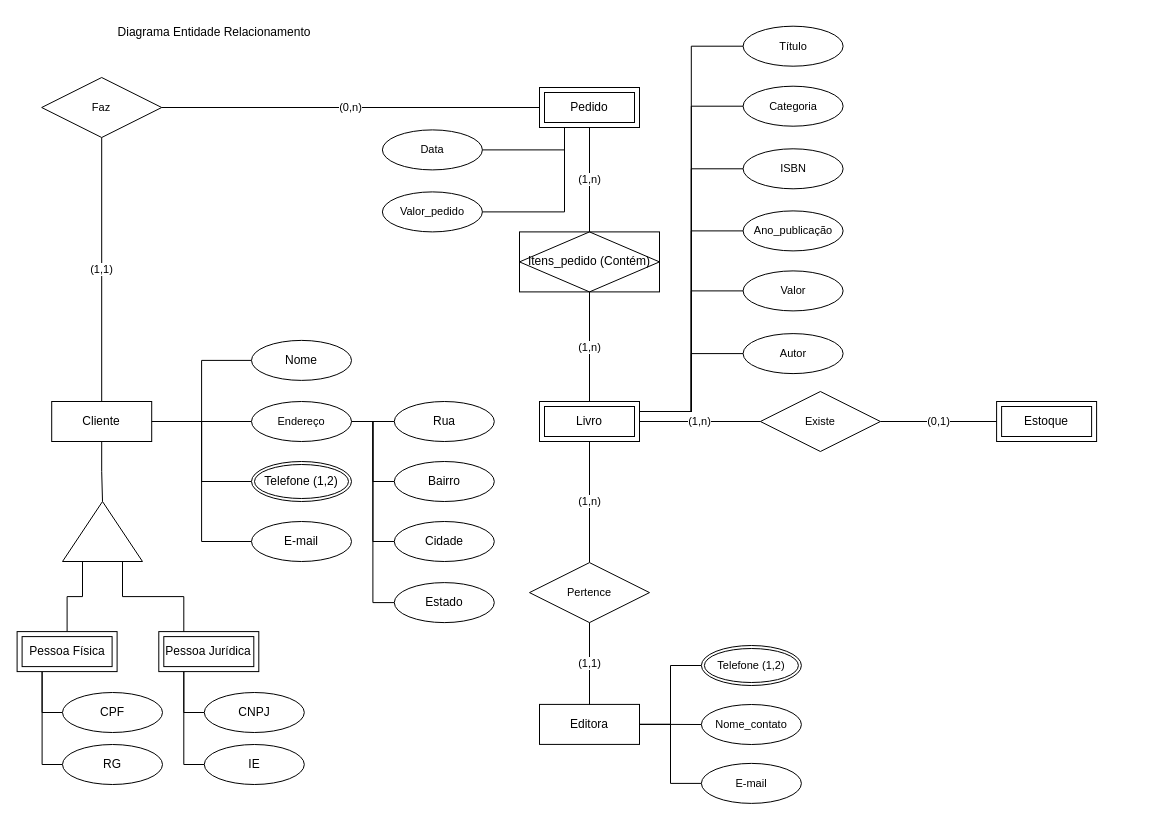
This is page "Page-1" (1 of 2) of Ativos de produção.drawio from danielpiupiu/Projetos, a draw.io file, before an edit. Source tidied: cells renumbered, new cells numbered last; positions are measured from the earlier drawing's top-left corner, leaving out a move shared by most shapes. Both pictures are drawn from the tidied source at 100%, with x=0, y=0 at pixel (17, 17).
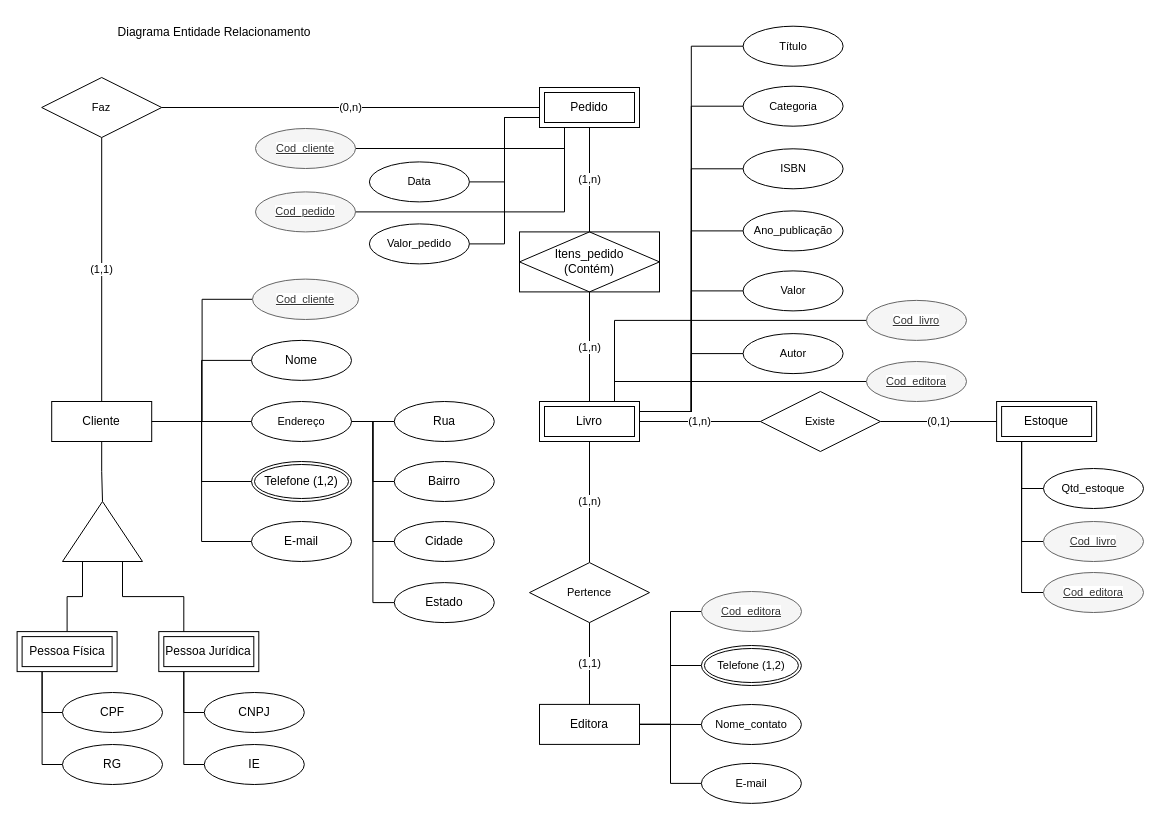
The same diagram, later.

Unchanged cells that the change refers to:
```xml
<mxCell id="9" value="Cliente" style="whiteSpace=wrap;html=1;align=center;" parent="1" vertex="1">
  <mxGeometry x="34.2" y="384" width="100" height="40" as="geometry" />
</mxCell>
<mxCell id="13" value="Editora" style="whiteSpace=wrap;html=1;align=center;" parent="1" vertex="1">
  <mxGeometry x="522" y="686.9" width="100" height="40" as="geometry" />
</mxCell>
<mxCell id="20" value="Livro" style="shape=ext;margin=3;double=1;whiteSpace=wrap;html=1;align=center;" parent="1" vertex="1">
  <mxGeometry x="522" y="384" width="100" height="40" as="geometry" />
</mxCell>
<mxCell id="24" value="Pedido" style="shape=ext;margin=3;double=1;whiteSpace=wrap;html=1;align=center;" parent="1" vertex="1">
  <mxGeometry x="522" y="70" width="100" height="40" as="geometry" />
</mxCell>
<mxCell id="25" value="Estoque" style="shape=ext;margin=3;double=1;whiteSpace=wrap;html=1;align=center;" parent="1" vertex="1">
  <mxGeometry x="979.1" y="384" width="100" height="40" as="geometry" />
</mxCell>
```

Change to the diagram source:
```diff
@@
+    <mxCell id="72" style="edgeStyle=orthogonalEdgeStyle;rounded=0;jettySize=auto;html=1;exitX=1;exitY=0.5;exitDx=0;exitDy=0;entryX=0;entryY=0.5;entryDx=0;entryDy=0;strokeColor=default;align=center;verticalAlign=middle;fontFamily=Helvetica;fontSize=11;fontColor=default;labelBackgroundColor=default;endArrow=none;endFill=0;" parent="1" edge="1" source="9" target="82">
+      <mxGeometry relative="1" as="geometry" />
+    </mxCell>
@@
+    <mxCell id="73" style="edgeStyle=orthogonalEdgeStyle;rounded=0;jettySize=auto;html=1;exitX=1;exitY=0.5;exitDx=0;exitDy=0;entryX=0;entryY=0.5;entryDx=0;entryDy=0;strokeColor=default;align=center;verticalAlign=middle;fontFamily=Helvetica;fontSize=11;fontColor=default;labelBackgroundColor=default;endArrow=none;endFill=0;" parent="1" edge="1" source="13" target="84">
+      <mxGeometry relative="1" as="geometry" />
+    </mxCell>
@@
+    <mxCell id="74" style="edgeStyle=orthogonalEdgeStyle;rounded=0;jettySize=auto;html=1;exitX=0.75;exitY=0;exitDx=0;exitDy=0;entryX=0;entryY=0.5;entryDx=0;entryDy=0;strokeColor=default;align=center;verticalAlign=middle;fontFamily=Helvetica;fontSize=11;fontColor=default;labelBackgroundColor=default;endArrow=none;endFill=0;" parent="1" edge="1" source="20" target="85">
+      <mxGeometry relative="1" as="geometry" />
+    </mxCell>
+    <mxCell id="75" style="edgeStyle=orthogonalEdgeStyle;rounded=0;jettySize=auto;html=1;exitX=0.75;exitY=0;exitDx=0;exitDy=0;entryX=0;entryY=0.5;entryDx=0;entryDy=0;strokeColor=default;align=center;verticalAlign=middle;fontFamily=Helvetica;fontSize=11;fontColor=default;labelBackgroundColor=default;endArrow=none;endFill=0;" parent="1" edge="1" source="20" target="88">
+      <mxGeometry relative="1" as="geometry" />
+    </mxCell>
@@
-    <mxCell id="22" style="edgeStyle=orthogonalEdgeStyle;rounded=0;jettySize=auto;html=1;exitX=0.25;exitY=1;exitDx=0;exitDy=0;entryX=1;entryY=0.5;entryDx=0;entryDy=0;strokeColor=default;align=center;verticalAlign=middle;fontFamily=Helvetica;fontSize=11;fontColor=default;labelBackgroundColor=default;endArrow=none;endFill=0;" parent="1" edge="1" source="24" target="61">
+    <mxCell id="22" style="edgeStyle=orthogonalEdgeStyle;rounded=0;jettySize=auto;html=1;exitX=0;exitY=0.75;exitDx=0;exitDy=0;entryX=1;entryY=0.5;entryDx=0;entryDy=0;strokeColor=default;align=center;verticalAlign=middle;fontFamily=Helvetica;fontSize=11;fontColor=default;labelBackgroundColor=default;endArrow=none;endFill=0;" parent="1" edge="1" source="24" target="61">
       <mxGeometry relative="1" as="geometry" />
     </mxCell>
-    <mxCell id="23" style="edgeStyle=orthogonalEdgeStyle;rounded=0;jettySize=auto;html=1;exitX=0.25;exitY=1;exitDx=0;exitDy=0;entryX=1;entryY=0.5;entryDx=0;entryDy=0;strokeColor=default;align=center;verticalAlign=middle;fontFamily=Helvetica;fontSize=11;fontColor=default;labelBackgroundColor=default;endArrow=none;endFill=0;" parent="1" edge="1" source="24" target="62">
+    <mxCell id="23" style="edgeStyle=orthogonalEdgeStyle;rounded=0;jettySize=auto;html=1;exitX=0;exitY=0.75;exitDx=0;exitDy=0;entryX=1;entryY=0.5;entryDx=0;entryDy=0;strokeColor=default;align=center;verticalAlign=middle;fontFamily=Helvetica;fontSize=11;fontColor=default;labelBackgroundColor=default;endArrow=none;endFill=0;" parent="1" edge="1" source="24" target="62">
       <mxGeometry relative="1" as="geometry" />
     </mxCell>
+    <mxCell id="76" style="edgeStyle=orthogonalEdgeStyle;rounded=0;jettySize=auto;html=1;exitX=0.25;exitY=1;exitDx=0;exitDy=0;entryX=1;entryY=0.5;entryDx=0;entryDy=0;strokeColor=default;align=center;verticalAlign=middle;fontFamily=Helvetica;fontSize=11;fontColor=default;labelBackgroundColor=default;endArrow=none;endFill=0;" parent="1" edge="1" source="24" target="89">
+      <mxGeometry relative="1" as="geometry" />
+    </mxCell>
+    <mxCell id="77" style="edgeStyle=orthogonalEdgeStyle;rounded=0;jettySize=auto;html=1;exitX=0.25;exitY=1;exitDx=0;exitDy=0;entryX=1;entryY=0.5;entryDx=0;entryDy=0;strokeColor=default;align=center;verticalAlign=middle;fontFamily=Helvetica;fontSize=11;fontColor=default;labelBackgroundColor=default;endArrow=none;endFill=0;" parent="1" edge="1" source="24" target="83">
+      <mxGeometry relative="1" as="geometry" />
+    </mxCell>
@@
+    <mxCell id="78" style="edgeStyle=orthogonalEdgeStyle;rounded=0;jettySize=auto;html=1;exitX=0.25;exitY=1;exitDx=0;exitDy=0;entryX=0;entryY=0.5;entryDx=0;entryDy=0;strokeColor=default;align=center;verticalAlign=middle;fontFamily=Helvetica;fontSize=11;fontColor=default;labelBackgroundColor=default;endArrow=none;endFill=0;" parent="1" edge="1" source="25" target="81">
+      <mxGeometry relative="1" as="geometry" />
+    </mxCell>
+    <mxCell id="79" style="edgeStyle=orthogonalEdgeStyle;rounded=0;jettySize=auto;html=1;exitX=0.25;exitY=1;exitDx=0;exitDy=0;entryX=0;entryY=0.5;entryDx=0;entryDy=0;strokeColor=default;align=center;verticalAlign=middle;fontFamily=Helvetica;fontSize=11;fontColor=default;labelBackgroundColor=default;endArrow=none;endFill=0;" parent="1" edge="1" source="25" target="87">
+      <mxGeometry relative="1" as="geometry" />
+    </mxCell>
+    <mxCell id="80" style="edgeStyle=orthogonalEdgeStyle;rounded=0;jettySize=auto;html=1;exitX=0.25;exitY=1;exitDx=0;exitDy=0;entryX=0;entryY=0.5;entryDx=0;entryDy=0;strokeColor=default;align=center;verticalAlign=middle;fontFamily=Helvetica;fontSize=11;fontColor=default;labelBackgroundColor=default;endArrow=none;endFill=0;" parent="1" edge="1" source="25" target="86">
+      <mxGeometry relative="1" as="geometry" />
+    </mxCell>
@@
-    <mxCell id="36" value="Itens_pedido (Contém)" style="shape=associativeEntity;whiteSpace=wrap;html=1;align=center;" parent="1" vertex="1">
+    <mxCell id="36" value="&lt;div&gt;Itens_pedido&lt;/div&gt;&lt;div&gt;(Contém)&lt;/div&gt;" style="shape=associativeEntity;whiteSpace=wrap;html=1;align=center;" parent="1" vertex="1">
       <mxGeometry x="502" y="214.4" width="140" height="60" as="geometry" />
     </mxCell>
@@
     <mxCell id="61" value="Data" style="ellipse;whiteSpace=wrap;html=1;align=center;fontFamily=Helvetica;fontSize=11;fontColor=default;labelBackgroundColor=default;" parent="1" vertex="1">
-      <mxGeometry x="364.9" y="112.4" width="100" height="40" as="geometry" />
+      <mxGeometry x="351.9" y="144.4" width="100" height="40" as="geometry" />
     </mxCell>
     <mxCell id="62" value="Valor_pedido" style="ellipse;whiteSpace=wrap;html=1;align=center;fontFamily=Helvetica;fontSize=11;fontColor=default;labelBackgroundColor=default;" parent="1" vertex="1">
-      <mxGeometry x="364.9" y="174.4" width="100" height="40" as="geometry" />
+      <mxGeometry x="351.9" y="206.4" width="100" height="40" as="geometry" />
     </mxCell>
@@
+    <mxCell id="81" value="Qtd_estoque" style="ellipse;whiteSpace=wrap;html=1;align=center;fontFamily=Helvetica;fontSize=11;fontColor=default;labelBackgroundColor=default;" parent="1" vertex="1">
+      <mxGeometry x="1026" y="451" width="100" height="40" as="geometry" />
+    </mxCell>
+    <mxCell id="82" value="Cod_cliente" style="ellipse;whiteSpace=wrap;html=1;align=center;fontStyle=4;fontFamily=Helvetica;fontSize=11;fontColor=#333333;labelBackgroundColor=default;fillColor=#f5f5f5;strokeColor=#666666;" parent="1" vertex="1">
+      <mxGeometry x="235" y="261.6" width="106" height="40.4" as="geometry" />
+    </mxCell>
+    <mxCell id="83" value="Cod_cliente" style="ellipse;whiteSpace=wrap;html=1;align=center;fontStyle=4;fontFamily=Helvetica;fontSize=11;fontColor=#333333;labelBackgroundColor=default;fillColor=#f5f5f5;strokeColor=#666666;" parent="1" vertex="1">
+      <mxGeometry x="238" y="111" width="100" height="40" as="geometry" />
+    </mxCell>
+    <mxCell id="84" value="Cod_editora" style="ellipse;whiteSpace=wrap;html=1;align=center;fontStyle=4;fontFamily=Helvetica;fontSize=11;fontColor=#333333;labelBackgroundColor=default;fillColor=#f5f5f5;strokeColor=#666666;" parent="1" vertex="1">
+      <mxGeometry x="684" y="574" width="100" height="40" as="geometry" />
+    </mxCell>
+    <mxCell id="85" value="Cod_editora" style="ellipse;whiteSpace=wrap;html=1;align=center;fontStyle=4;fontFamily=Helvetica;fontSize=11;fontColor=#333333;labelBackgroundColor=default;fillColor=#f5f5f5;strokeColor=#666666;" parent="1" vertex="1">
+      <mxGeometry x="849" y="344" width="100" height="40" as="geometry" />
+    </mxCell>
+    <mxCell id="86" value="Cod_editora" style="ellipse;whiteSpace=wrap;html=1;align=center;fontStyle=4;fontFamily=Helvetica;fontSize=11;fontColor=#333333;labelBackgroundColor=default;fillColor=#f5f5f5;strokeColor=#666666;" parent="1" vertex="1">
+      <mxGeometry x="1026" y="555" width="100" height="40" as="geometry" />
+    </mxCell>
+    <mxCell id="87" value="Cod_livro" style="ellipse;whiteSpace=wrap;html=1;align=center;fontStyle=4;fontFamily=Helvetica;fontSize=11;fontColor=#333333;labelBackgroundColor=default;fillColor=#f5f5f5;strokeColor=#666666;" parent="1" vertex="1">
+      <mxGeometry x="1026" y="504" width="100" height="40" as="geometry" />
+    </mxCell>
+    <mxCell id="88" value="Cod_livro" style="ellipse;whiteSpace=wrap;html=1;align=center;fontStyle=4;fontFamily=Helvetica;fontSize=11;fontColor=#333333;labelBackgroundColor=default;fillColor=#f5f5f5;strokeColor=#666666;" parent="1" vertex="1">
+      <mxGeometry x="849" y="282.9" width="100" height="40" as="geometry" />
+    </mxCell>
+    <mxCell id="89" value="Cod_pedido" style="ellipse;whiteSpace=wrap;html=1;align=center;fontStyle=4;fontFamily=Helvetica;fontSize=11;fontColor=#333333;labelBackgroundColor=default;fillColor=#f5f5f5;strokeColor=#666666;" parent="1" vertex="1">
+      <mxGeometry x="238" y="174.4" width="100" height="40" as="geometry" />
+    </mxCell>
```
